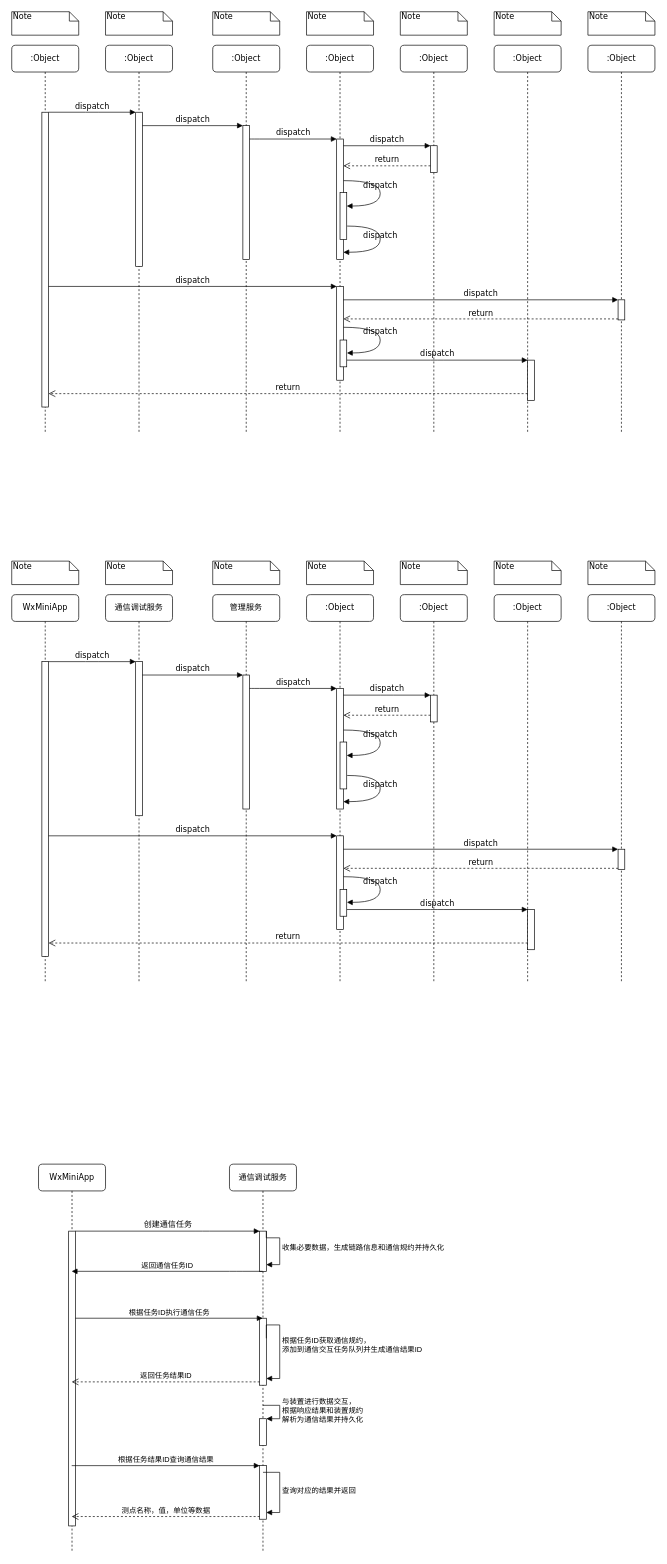
Earlier version of the draw.io diagram Untitled Diagram.drawio (wangjingtian110/draw.io). Source tidied: cells renumbered, new cells numbered last; positions are measured from the earlier drawing's top-left corner, leaving out a move shared by most shapes. Both pictures are drawn from the tidied source at 67%, with x=0, y=0 at pixel (11, 11).
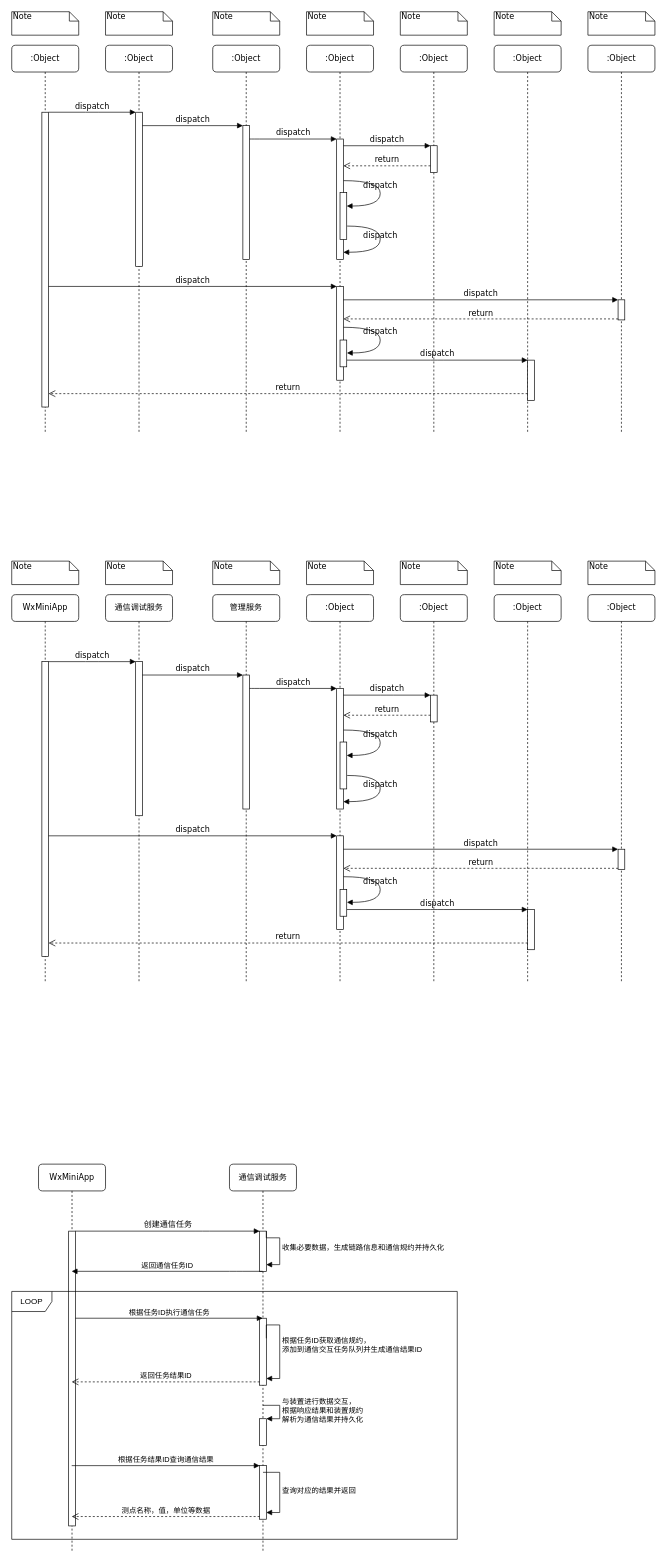
After the change.

The edit, as a diff of the source:
```diff
@@
+    <mxCell id="93" value="LOOP" style="shape=umlFrame;whiteSpace=wrap;html=1;" parent="1" vertex="1">
+      <mxGeometry y="1910" width="665" height="370" as="geometry" />
+    </mxCell>
```
